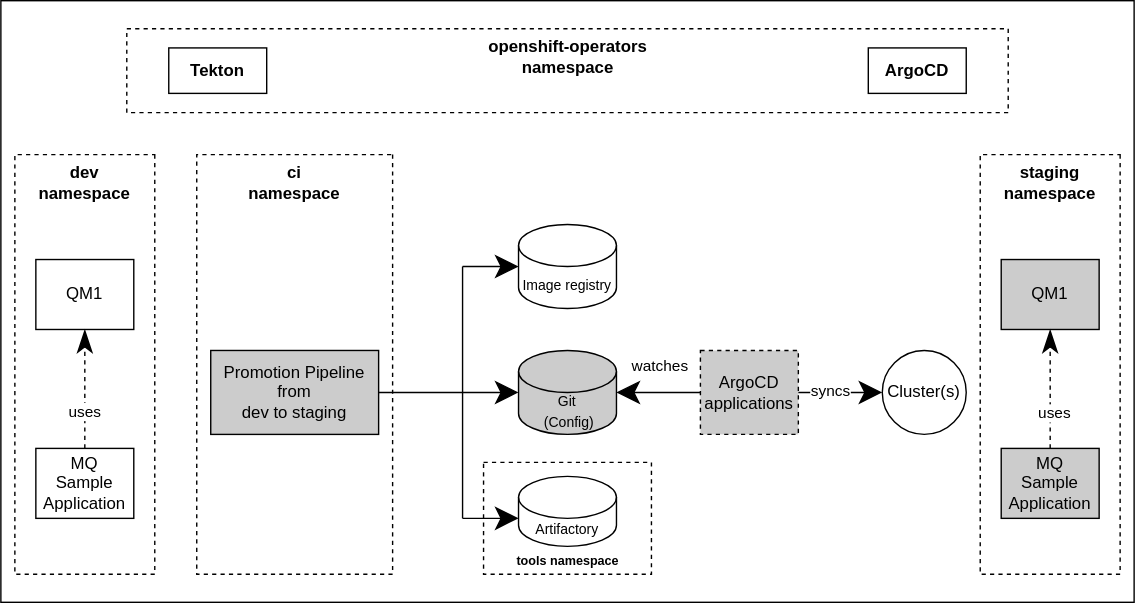
The draw.io diagram guides/cp4i/mq/cloud-native/images/mq_dev_to_stage_pipeline.drawio.svg in IBM/production-gitops, before a commit. Source tidied: cells renumbered, new cells last; positions are measured from the earlier drawing's top-left corner, leaving out a move shared by most shapes.
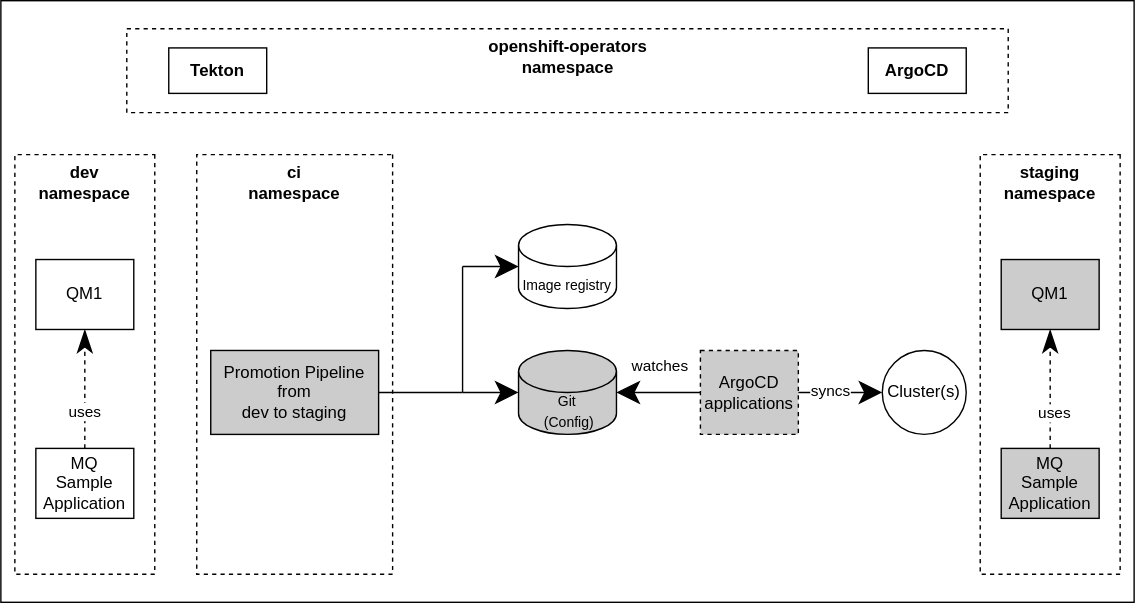
The same diagram one commit later.

The edit, as a diff of the source:
```diff
@@ -5,9 +5,6 @@
     <mxCell id="2" style="rounded=0;whiteSpace=wrap;html=1;hachureGap=4;fillColor=#FFFFFF;" parent="1" vertex="1">
       <mxGeometry width="810" height="430" as="geometry" />
     </mxCell>
-    <mxCell id="3" style="rounded=0;whiteSpace=wrap;html=1;hachureGap=4;dashed=1;" parent="1" vertex="1">
-      <mxGeometry x="345" y="330" width="120" height="80" as="geometry" />
-    </mxCell>
     <mxCell id="4" style="rounded=0;whiteSpace=wrap;html=1;hachureGap=4;direction=south;dashed=1;" parent="1" vertex="1">
       <mxGeometry x="10" y="110" width="100" height="300" as="geometry" />
     </mxCell>
@@ -73,15 +70,9 @@
     <mxCell id="24" value="&lt;font style=&quot;font-size: 10px&quot;&gt;Image registry&lt;/font&gt;" style="shape=cylinder3;whiteSpace=wrap;html=1;boundedLbl=1;backgroundOutline=1;size=15;hachureGap=4;" parent="1" vertex="1">
       <mxGeometry x="370" y="160" width="70" height="60" as="geometry" />
     </mxCell>
-    <mxCell id="25" value="&lt;font style=&quot;font-size: 10px&quot;&gt;Artifactory&lt;/font&gt;" style="shape=cylinder3;whiteSpace=wrap;html=1;boundedLbl=1;backgroundOutline=1;size=15;hachureGap=4;" parent="1" vertex="1">
-      <mxGeometry x="370" y="340" width="70" height="50" as="geometry" />
-    </mxCell>
-    <mxCell id="26" value="&lt;b style=&quot;font-size: 9px&quot;&gt;tools namespace&lt;/b&gt;" style="text;html=1;strokeColor=none;fillColor=none;align=center;verticalAlign=middle;whiteSpace=wrap;rounded=0;dashed=1;hachureGap=4;" parent="1" vertex="1">
-      <mxGeometry x="322.5" y="390" width="165" height="20" as="geometry" />
-    </mxCell>
     <mxCell id="27" style="endArrow=none;html=1;startSize=14;endSize=14;sourcePerimeterSpacing=8;targetPerimeterSpacing=8;" parent="1" edge="1">
       <mxGeometry relative="1" as="geometry">
-        <mxPoint x="330" y="370" as="sourcePoint" />
+        <mxPoint x="330" y="280" as="sourcePoint" />
         <mxPoint x="330" y="190" as="targetPoint" />
       </mxGeometry>
     </mxCell>
@@ -95,11 +86,6 @@
         <mxPoint x="330" y="190" as="sourcePoint" />
       </mxGeometry>
     </mxCell>
-    <mxCell id="30" style="endArrow=classic;html=1;startSize=14;endSize=14;sourcePerimeterSpacing=8;targetPerimeterSpacing=8;entryX=0;entryY=0;entryDx=0;entryDy=30;entryPerimeter=0;endFill=1;" parent="1" edge="1" target="25">
-      <mxGeometry relative="1" as="geometry">
-        <mxPoint x="330" y="370" as="sourcePoint" />
-      </mxGeometry>
-    </mxCell>
     <mxCell id="31" style="endArrow=classic;html=1;startSize=14;endSize=14;sourcePerimeterSpacing=8;targetPerimeterSpacing=8;strokeWidth=1;entryX=0;entryY=0.5;entryDx=0;entryDy=0;entryPerimeter=0;" parent="1" edge="1" target="23">
       <mxGeometry relative="1" as="geometry">
         <mxPoint x="330" y="280" as="sourcePoint" />
```
